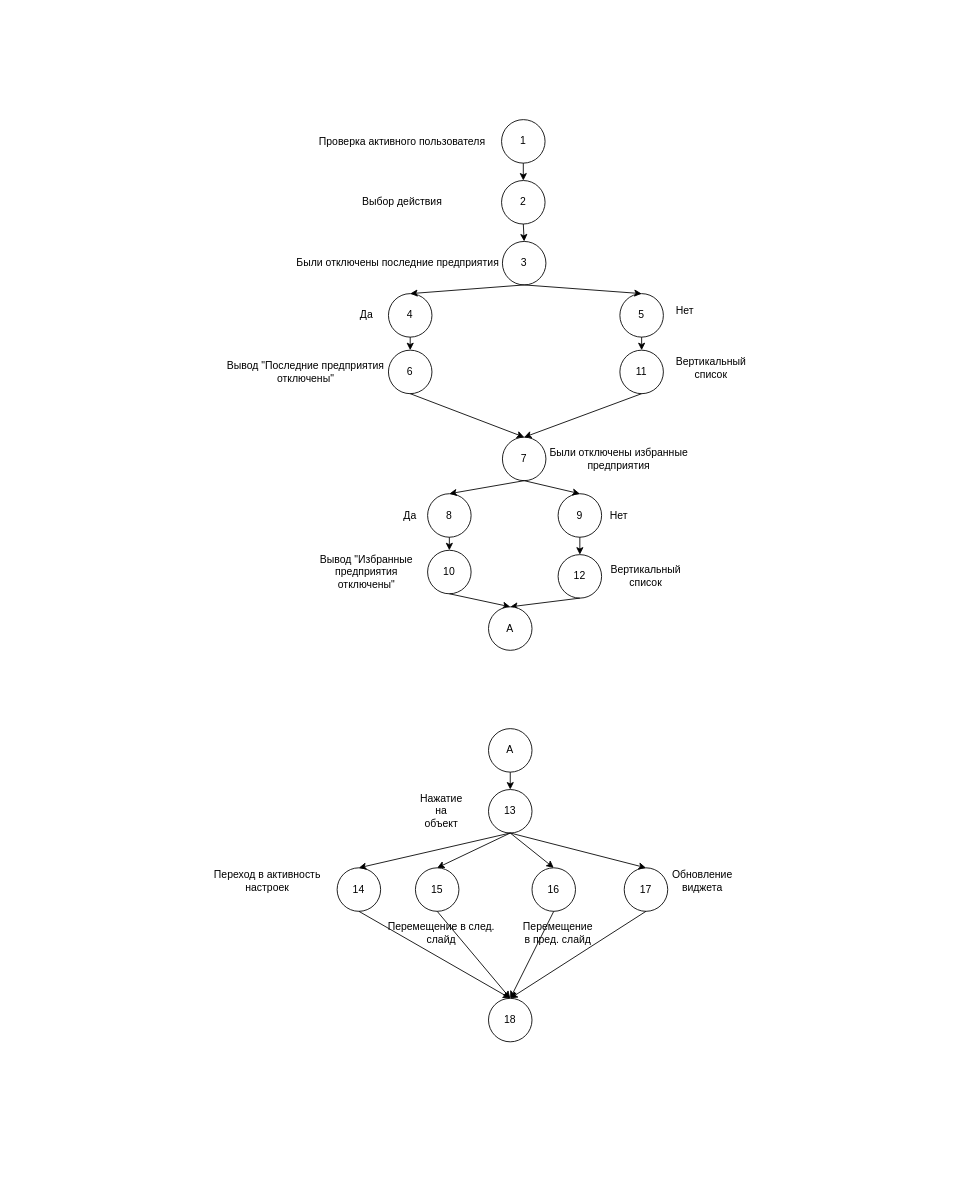
Earlier version of the draw.io diagram McKeyb.drawio (Bagdasaryan/Bagdasaryan). Source tidied: cells renumbered, new cells numbered last; positions are measured from the earlier drawing's top-left corner, leaving out a move shared by most shapes. Both pictures are drawn from the tidied source at 87%, with x=0, y=0 at pixel (206, 119).
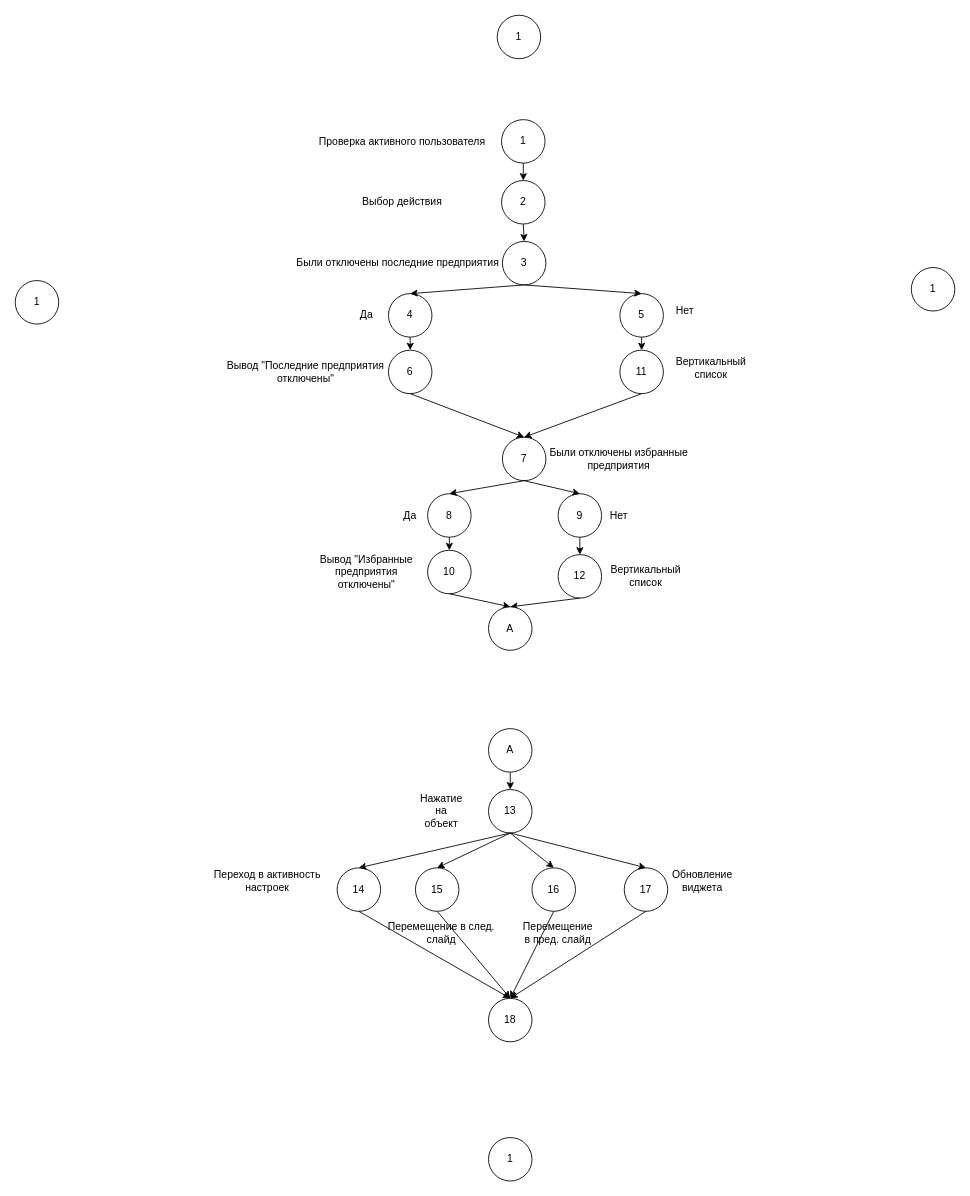
The same diagram, later.

The edit, as a diff of the source:
```diff
@@
+    <mxCell id="62" value="1" style="ellipse;whiteSpace=wrap;html=1;" parent="1" vertex="1">
+      <mxGeometry x="-220" y="185" width="50" height="50" as="geometry" />
+    </mxCell>
+    <mxCell id="63" value="1" style="ellipse;whiteSpace=wrap;html=1;" parent="1" vertex="1">
+      <mxGeometry x="810" y="170" width="50" height="50" as="geometry" />
+    </mxCell>
+    <mxCell id="64" value="1" style="ellipse;whiteSpace=wrap;html=1;" parent="1" vertex="1">
+      <mxGeometry x="334" y="-120" width="50" height="50" as="geometry" />
+    </mxCell>
+    <mxCell id="65" value="1" style="ellipse;whiteSpace=wrap;html=1;" parent="1" vertex="1">
+      <mxGeometry x="324" y="1170" width="50" height="50" as="geometry" />
+    </mxCell>
```
